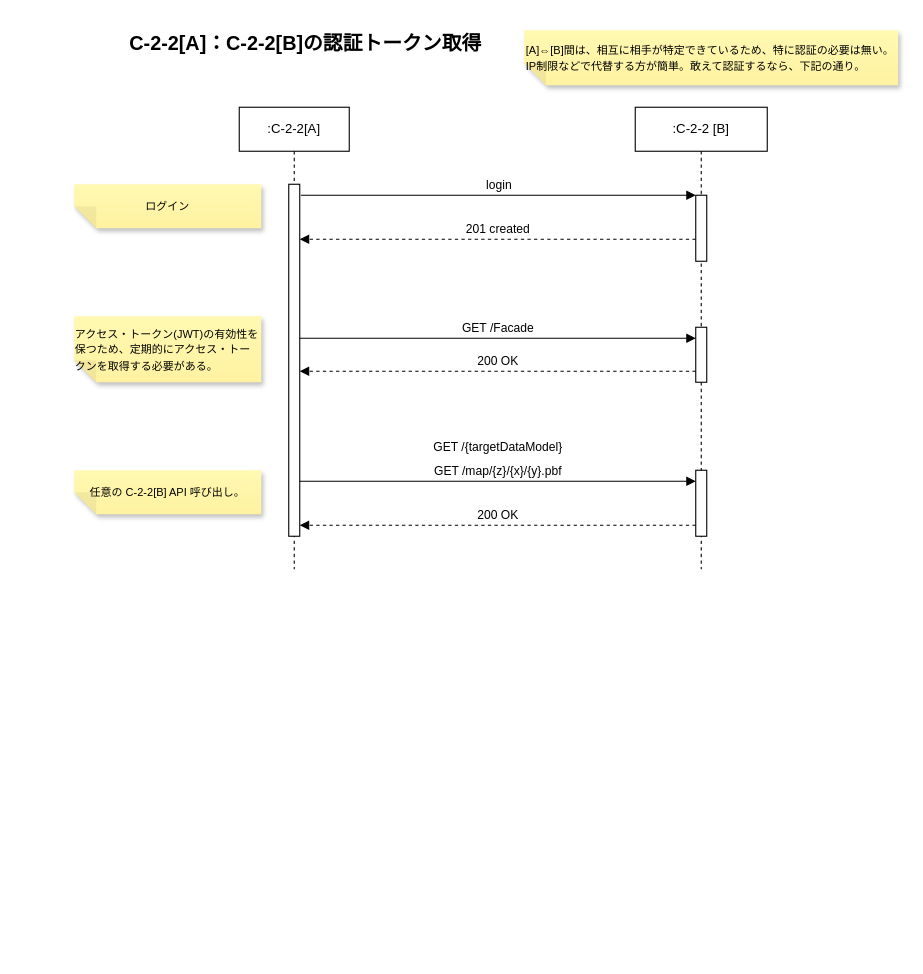
This is page "[A]-[B]間認証" (4 of 4) of models/access-scheme.drawio from Sportacandy/C-2-2API, a draw.io file, before an edit. Source tidied: cells renumbered, new cells numbered last; positions are measured from the earlier drawing's top-left corner, leaving out a move shared by most shapes. Both pictures are drawn from the tidied source at 110%, with x=0, y=0 at pixel (19, 19).
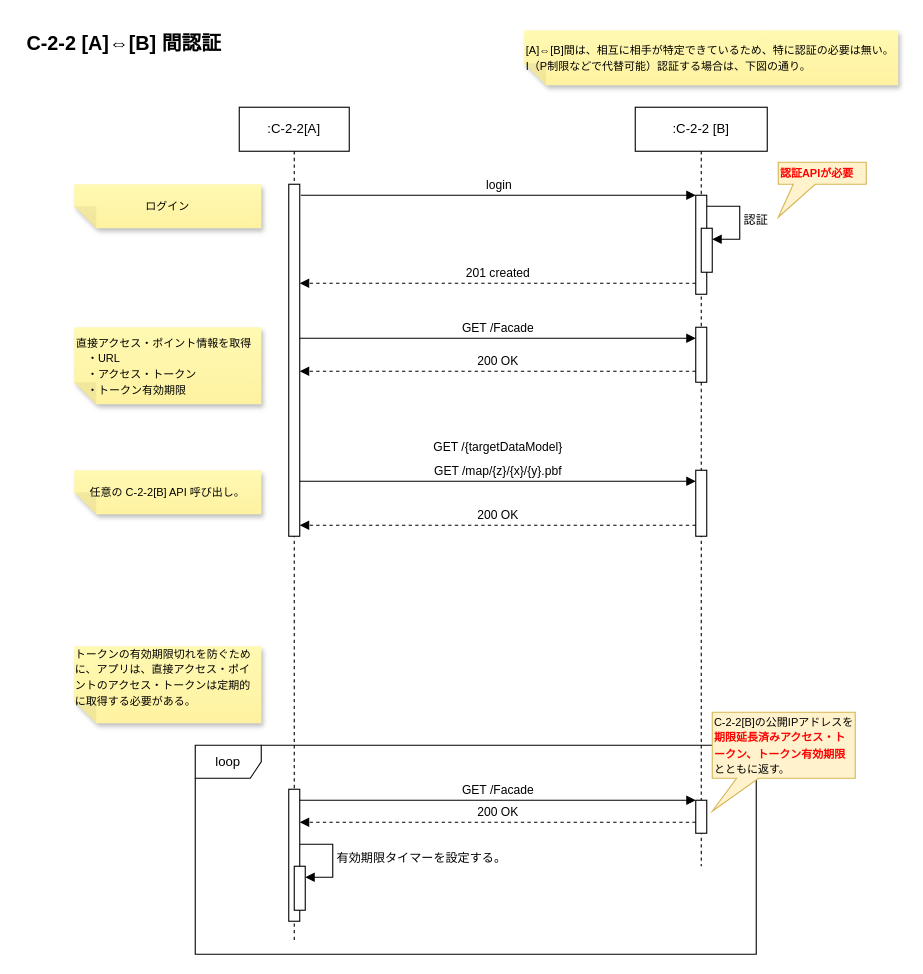
After the change.

Unchanged cells that the change refers to:
```xml
<mxCell id="3" style="html=1;points=[];perimeter=orthogonalPerimeter;outlineConnect=0;targetShapes=umlLifeline;portConstraint=eastwest;newEdgeStyle={&quot;edgeStyle&quot;:&quot;elbowEdgeStyle&quot;,&quot;elbow&quot;:&quot;vertical&quot;,&quot;curved&quot;:0,&quot;rounded&quot;:0};" parent="2" vertex="1">
  <mxGeometry x="45" y="70" width="10" height="320" as="geometry" />
</mxCell>
```

Change to the diagram source:
```diff
@@
     <mxCell id="2" value=":C-2-2[A]" style="shape=umlLifeline;perimeter=lifelinePerimeter;whiteSpace=wrap;html=1;newEdgeStyle={&quot;edgeStyle&quot;:&quot;elbowEdgeStyle&quot;,&quot;elbow&quot;:&quot;vertical&quot;,&quot;curved&quot;:0,&quot;rounded&quot;:0};" parent="1" vertex="1">
-      <mxGeometry x="200" y="80" width="100" height="420" as="geometry" />
+      <mxGeometry x="200" y="80" width="100" height="760" as="geometry" />
     </mxCell>
@@
-    <mxCell id="5" value="201 created" style="html=1;verticalAlign=bottom;endArrow=block;edgeStyle=elbowEdgeStyle;elbow=vertical;curved=0;rounded=0;dashed=1;" parent="1" edge="1" source="9" target="3">
+    <mxCell id="5" value="201 created" style="html=1;verticalAlign=bottom;endArrow=block;edgeStyle=elbowEdgeStyle;elbow=vertical;curved=0;rounded=0;dashed=1;" parent="1" edge="1">
       <mxGeometry relative="1" as="geometry">
+        <mxPoint x="615" y="240" as="sourcePoint" />
+        <mxPoint x="255" y="240" as="targetPoint" />
         <Array as="points">
-          <mxPoint x="350" y="200" />
+          <mxPoint x="350" y="240" />
         </Array>
       </mxGeometry>
     </mxCell>
     <mxCell id="6" value=":C-2-2 [B]" style="shape=umlLifeline;perimeter=lifelinePerimeter;whiteSpace=wrap;html=1;newEdgeStyle={&quot;edgeStyle&quot;:&quot;elbowEdgeStyle&quot;,&quot;elbow&quot;:&quot;vertical&quot;,&quot;curved&quot;:0,&quot;rounded&quot;:0};" parent="1" vertex="1">
-      <mxGeometry x="560" y="80" width="120" height="420" as="geometry" />
+      <mxGeometry x="560" y="80" width="120" height="690" as="geometry" />
     </mxCell>
@@
     <mxCell id="9" style="html=1;points=[];perimeter=orthogonalPerimeter;outlineConnect=0;targetShapes=umlLifeline;portConstraint=eastwest;newEdgeStyle={&quot;edgeStyle&quot;:&quot;elbowEdgeStyle&quot;,&quot;elbow&quot;:&quot;vertical&quot;,&quot;curved&quot;:0,&quot;rounded&quot;:0};" parent="6" vertex="1">
-      <mxGeometry x="55" y="80" width="10" height="60" as="geometry" />
+      <mxGeometry x="55" y="80" width="10" height="90" as="geometry" />
     </mxCell>
+    <mxCell id="20" style="html=1;points=[[0,0,0,0,5],[0,1,0,0,-5],[1,0,0,0,5],[1,1,0,0,-5]];perimeter=orthogonalPerimeter;outlineConnect=0;targetShapes=umlLifeline;portConstraint=eastwest;newEdgeStyle={&quot;curved&quot;:0,&quot;rounded&quot;:0};" parent="6" vertex="1">
+      <mxGeometry x="60" y="110" width="10" height="40" as="geometry" />
+    </mxCell>
+    <mxCell id="21" value="認証" style="html=1;align=left;spacingLeft=2;endArrow=block;rounded=0;edgeStyle=orthogonalEdgeStyle;curved=0;rounded=0;" parent="6" edge="1" target="20">
+      <mxGeometry relative="1" as="geometry">
+        <mxPoint x="65" y="90" as="sourcePoint" />
+        <Array as="points">
+          <mxPoint x="95" y="120" />
+        </Array>
+      </mxGeometry>
+    </mxCell>
@@
-    <mxCell id="13" value="&lt;div style=&quot;text-align: left;&quot;&gt;&lt;span style=&quot;font-size: 10px;&quot;&gt;アクセス・トークン(JWT)の有効性を保つため、定期的にアクセス・トークンを取得する必要がある。&lt;/span&gt;&lt;/div&gt;" style="shape=note;whiteSpace=wrap;html=1;backgroundOutline=1;fontColor=#000000;darkOpacity=0.05;fillColor=#FFF9B2;strokeColor=none;fillStyle=solid;direction=west;gradientDirection=north;gradientColor=#FFF2A1;shadow=1;size=20;" parent="1" vertex="1">
-      <mxGeometry x="50" y="270" width="170" height="60" as="geometry" />
-    </mxCell>
@@
-    <mxCell id="17" value="&lt;font style=&quot;font-size: 18px;&quot;&gt;C-2-2[A]：C-2-2[B]の認証トークン取得&lt;/font&gt;" style="text;strokeColor=none;fillColor=none;html=1;fontSize=24;fontStyle=1;verticalAlign=middle;align=center;" parent="1" vertex="1">
-      <mxGeometry width="520" height="40" as="geometry" />
+    <mxCell id="17" value="&lt;font style=&quot;font-size: 18px;&quot;&gt;C-2-2 [A]⇔[B] 間認証&lt;/font&gt;" style="text;strokeColor=none;fillColor=none;html=1;fontSize=24;fontStyle=1;verticalAlign=middle;align=center;" parent="1" vertex="1">
+      <mxGeometry width="190" height="40" as="geometry" />
     </mxCell>
@@
-    <mxCell id="19" value="&lt;div style=&quot;&quot;&gt;&lt;span style=&quot;font-size: 10px;&quot;&gt;[A]⇔[B]間は、相互に相手が特定できているため、特に認証の必要は無い。&lt;/span&gt;&lt;/div&gt;&lt;div style=&quot;&quot;&gt;&lt;span style=&quot;font-size: 10px;&quot;&gt;IP制限などで代替する方が簡単。敢えて認証するなら、下記の通り。&lt;/span&gt;&lt;/div&gt;" style="shape=note;whiteSpace=wrap;html=1;backgroundOutline=1;fontColor=#000000;darkOpacity=0.05;fillColor=#FFF9B2;strokeColor=none;fillStyle=solid;direction=west;gradientDirection=north;gradientColor=#FFF2A1;shadow=1;size=20;align=left;" parent="1" vertex="1">
+    <mxCell id="19" value="&lt;div style=&quot;&quot;&gt;&lt;span style=&quot;font-size: 10px;&quot;&gt;[A]⇔[B]間は、相互に相手が特定できているため、特に認証の必要は無い。&lt;/span&gt;&lt;/div&gt;&lt;div style=&quot;&quot;&gt;&lt;span style=&quot;font-size: 10px;&quot;&gt;I（P制限などで代替可能）認証する場合は、下図の通り。&lt;/span&gt;&lt;/div&gt;" style="shape=note;whiteSpace=wrap;html=1;backgroundOutline=1;fontColor=#000000;darkOpacity=0.05;fillColor=#FFF9B2;strokeColor=none;fillStyle=solid;direction=west;gradientDirection=north;gradientColor=#FFF2A1;shadow=1;size=20;align=left;" parent="1" vertex="1">
       <mxGeometry x="459" y="10" width="340" height="50" as="geometry" />
     </mxCell>
+    <mxCell id="22" style="html=1;points=[[0,0,0,0,5],[0,1,0,0,-5],[1,0,0,0,5],[1,1,0,0,-5]];perimeter=orthogonalPerimeter;outlineConnect=0;targetShapes=umlLifeline;portConstraint=eastwest;newEdgeStyle={&quot;curved&quot;:0,&quot;rounded&quot;:0};" parent="1" vertex="1">
+      <mxGeometry x="245" y="700" width="10" height="120" as="geometry" />
+    </mxCell>
+    <mxCell id="23" style="html=1;points=[[0,0,0,0,5],[0,1,0,0,-5],[1,0,0,0,5],[1,1,0,0,-5]];perimeter=orthogonalPerimeter;outlineConnect=0;targetShapes=umlLifeline;portConstraint=eastwest;newEdgeStyle={&quot;curved&quot;:0,&quot;rounded&quot;:0};" parent="1" vertex="1">
+      <mxGeometry x="615" y="710" width="10" height="30" as="geometry" />
+    </mxCell>
+    <mxCell id="24" value="GET /Facade" style="html=1;verticalAlign=bottom;endArrow=block;edgeStyle=elbowEdgeStyle;elbow=horizontal;curved=0;rounded=0;" parent="1" edge="1" source="22" target="23">
+      <mxGeometry relative="1" as="geometry">
+        <Array as="points">
+          <mxPoint x="525" y="710" />
+        </Array>
+      </mxGeometry>
+    </mxCell>
+    <mxCell id="25" value="200 OK" style="html=1;verticalAlign=bottom;endArrow=block;edgeStyle=elbowEdgeStyle;elbow=vertical;curved=0;rounded=0;dashed=1;" parent="1" edge="1" source="23" target="22">
+      <mxGeometry relative="1" as="geometry">
+        <Array as="points">
+          <mxPoint x="530" y="730" />
+        </Array>
+      </mxGeometry>
+    </mxCell>
+    <mxCell id="26" value="loop" style="shape=umlFrame;whiteSpace=wrap;html=1;" parent="1" vertex="1">
+      <mxGeometry x="160" y="660" width="510" height="190" as="geometry" />
+    </mxCell>
+    <mxCell id="27" value="&lt;font style=&quot;font-size: 10px;&quot;&gt;C-2-2[B]の公開IPアドレスを&lt;b&gt;&lt;font color=&quot;#ff0000&quot;&gt;期限延長済みアクセス・トークン、トークン有効期限&lt;/font&gt;&lt;/b&gt;とともに返す。　&lt;/font&gt;" style="shape=callout;whiteSpace=wrap;html=1;perimeter=calloutPerimeter;position2=0;fillColor=#fff2cc;strokeColor=#d6b656;align=left;size=30;position=0.17;" parent="1" vertex="1">
+      <mxGeometry x="630" y="630" width="130" height="90" as="geometry" />
+    </mxCell>
+    <mxCell id="28" style="html=1;points=[[0,0,0,0,5],[0,1,0,0,-5],[1,0,0,0,5],[1,1,0,0,-5]];perimeter=orthogonalPerimeter;outlineConnect=0;targetShapes=umlLifeline;portConstraint=eastwest;newEdgeStyle={&quot;curved&quot;:0,&quot;rounded&quot;:0};" parent="1" vertex="1">
+      <mxGeometry x="250" y="770" width="10" height="40" as="geometry" />
+    </mxCell>
+    <mxCell id="29" value="有効期限タイマーを設定する。" style="html=1;align=left;spacingLeft=2;endArrow=block;rounded=0;edgeStyle=orthogonalEdgeStyle;curved=0;rounded=0;" parent="1" edge="1" target="28">
+      <mxGeometry relative="1" as="geometry">
+        <mxPoint x="255" y="750" as="sourcePoint" />
+        <Array as="points">
+          <mxPoint x="285" y="780" />
+        </Array>
+      </mxGeometry>
+    </mxCell>
+    <mxCell id="30" value="&lt;div style=&quot;text-align: left;&quot;&gt;&lt;span style=&quot;font-size: 10px;&quot;&gt;トークンの有効期限切れを防ぐために、アプリは、&lt;/span&gt;&lt;span style=&quot;font-size: 10px; background-color: initial;&quot;&gt;直接アクセス・ポイントのアクセス・トークンは定期的に取得する必要がある。&lt;/span&gt;&lt;/div&gt;&lt;div style=&quot;text-align: left;&quot;&gt;&lt;span style=&quot;font-size: 10px; background-color: initial;&quot;&gt;&lt;br&gt;&lt;/span&gt;&lt;/div&gt;" style="shape=note;whiteSpace=wrap;html=1;backgroundOutline=1;fontColor=#000000;darkOpacity=0.05;fillColor=#FFF9B2;strokeColor=none;fillStyle=solid;direction=west;gradientDirection=north;gradientColor=#FFF2A1;shadow=1;size=20;" parent="1" vertex="1">
+      <mxGeometry x="50" y="570" width="170" height="70" as="geometry" />
+    </mxCell>
+    <mxCell id="31" value="&lt;div style=&quot;&quot;&gt;&lt;span style=&quot;font-size: 10px; background-color: initial;&quot;&gt;直接アクセス・ポイント情報を取得&lt;/span&gt;&lt;/div&gt;&lt;font style=&quot;font-size: 10px;&quot;&gt;　・URL&lt;/font&gt;&lt;div&gt;&lt;font style=&quot;font-size: 10px;&quot;&gt;　・アクセス・トークン&lt;/font&gt;&lt;/div&gt;&lt;div&gt;&lt;font style=&quot;font-size: 10px;&quot;&gt;　・トークン有効期限&lt;/font&gt;&lt;/div&gt;" style="shape=note;whiteSpace=wrap;html=1;backgroundOutline=1;fontColor=#000000;darkOpacity=0.05;fillColor=#FFF9B2;strokeColor=none;fillStyle=solid;direction=west;gradientDirection=north;gradientColor=#FFF2A1;shadow=1;size=20;align=left;" parent="1" vertex="1">
+      <mxGeometry x="50" y="280" width="170" height="70" as="geometry" />
+    </mxCell>
+    <mxCell id="32" value="&lt;font color=&quot;#ff0000&quot; style=&quot;font-size: 10px;&quot;&gt;&lt;b&gt;認証APIが必要&lt;/b&gt;&lt;/font&gt;" style="shape=callout;whiteSpace=wrap;html=1;perimeter=calloutPerimeter;position2=0;fillColor=#fff2cc;strokeColor=#d6b656;align=left;size=30;position=0.17;" parent="1" vertex="1">
+      <mxGeometry x="690" y="130" width="80" height="50" as="geometry" />
+    </mxCell>
```
